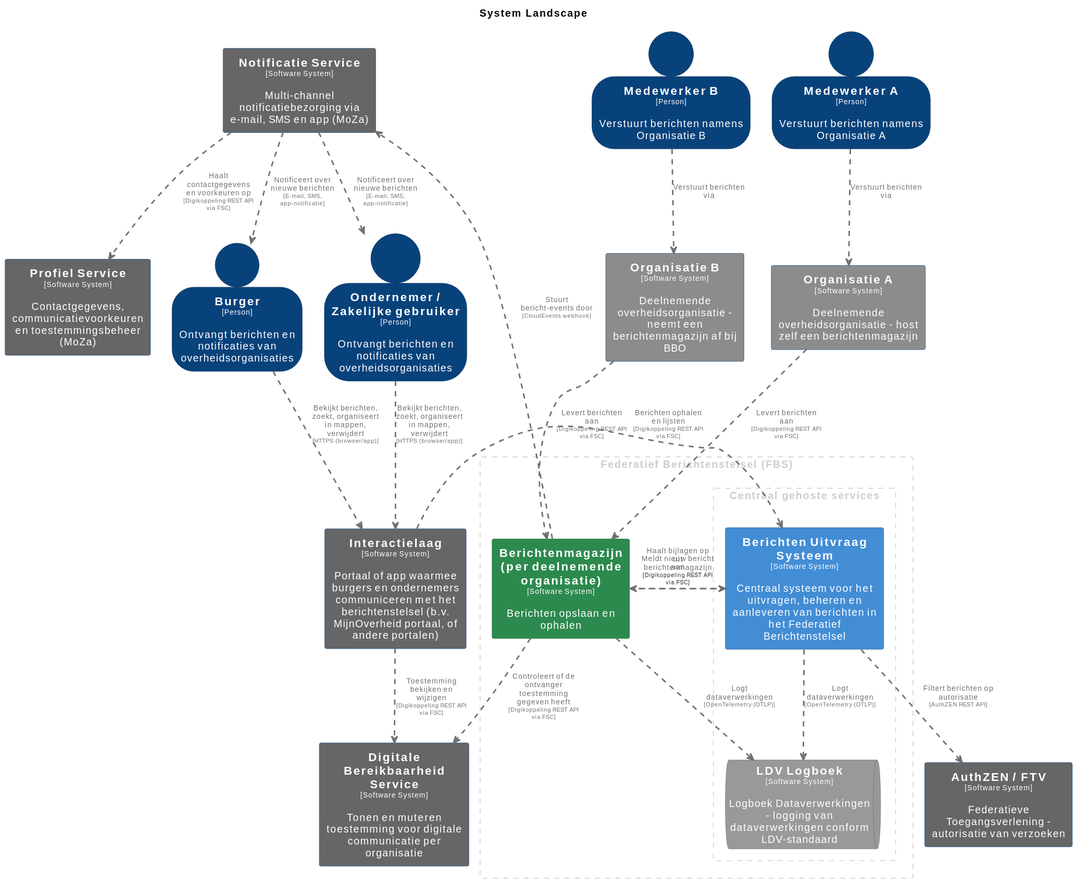
Earlier version of the PlantUML export master/svg/SystemLandscape.svg (MinBZK/moza-poc-fbs-berichtenbox). Its source is kept beside it as master/puml/SystemLandscape.puml.
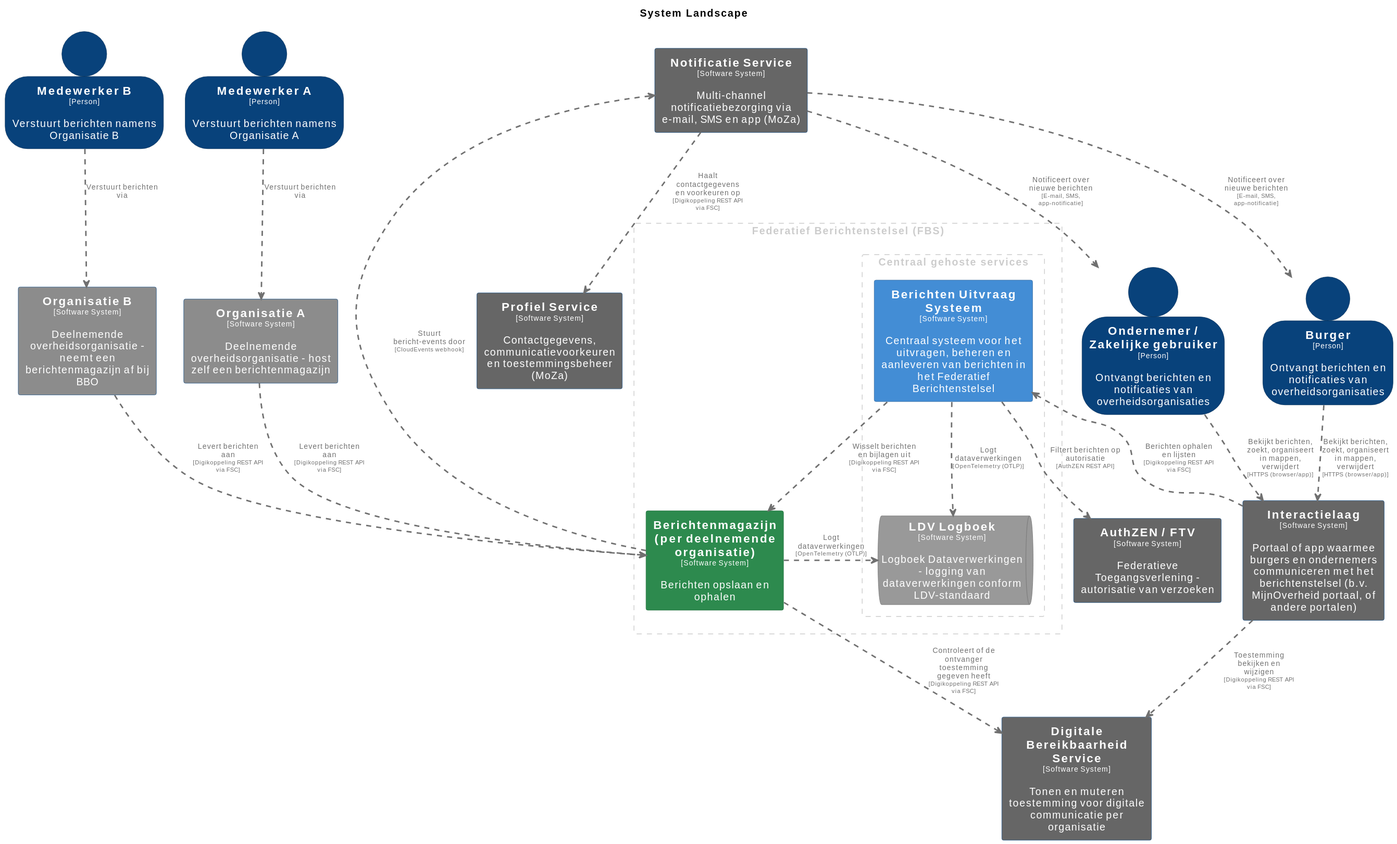
Above is the later version.

The edit, as a diff of the source:
```diff
@@ -130,6 +130,7 @@
 rectangle "==Interactielaag\n<size:10>[Software System]</size>\n\nPortaal of app waarmee burgers en ondernemers communiceren met het berichtenstelsel (b.v. MijnOverheid portaal, of andere portalen)" <<Interactielaag>> as Interactielaag
 
 BerichtenUitvraagSysteem .[#707070,thickness=2].> LDVLogboek : "<color:#707070>Logt dataverwerkingen\n<color:#707070><size:8>[OpenTelemetry (OTLP)]</size>"
+BerichtenUitvraagSysteem .[#707070,thickness=2].> Berichtenmagazijnperdeelnemendeorganisatie : "<color:#707070>Wisselt berichten en bijlagen uit\n<color:#707070><size:8>[Digikoppeling REST API via FSC]</size>"
 MedewerkerA .[#707070,thickness=2].> OrganisatieA : "<color:#707070>Verstuurt berichten via"
 MedewerkerB .[#707070,thickness=2].> OrganisatieB : "<color:#707070>Verstuurt berichten via"
 Burger .[#707070,thickness=2].> Interactielaag : "<color:#707070>Bekijkt berichten, zoekt, organiseert in mappen, verwijdert\n<color:#707070><size:8>[HTTPS (browser/app)]</size>"
@@ -138,8 +139,6 @@
 NotificatieService .[#707070,thickness=2].> OndernemerZakelijkegebruiker : "<color:#707070>Notificeert over nieuwe berichten\n<color:#707070><size:8>[E-mail, SMS, app-notificatie]</size>"
 Interactielaag .[#707070,thickness=2].> BerichtenUitvraagSysteem : "<color:#707070>Berichten ophalen en lijsten\n<color:#707070><size:8>[Digikoppeling REST API via FSC]</size>"
 Interactielaag .[#707070,thickness=2].> DigitaleBereikbaarheidService : "<color:#707070>Toestemming bekijken en wijzigen\n<color:#707070><size:8>[Digikoppeling REST API via FSC]</size>"
-BerichtenUitvraagSysteem .[#707070,thickness=2].> Berichtenmagazijnperdeelnemendeorganisatie : "<color:#707070>Haalt bijlagen op uit berichtenmagazijn\n<color:#707070><size:8>[Digikoppeling REST API via FSC]</size>"
-Berichtenmagazijnperdeelnemendeorganisatie .[#707070,thickness=2].> BerichtenUitvraagSysteem : "<color:#707070>Meldt nieuw bericht aan\n<color:#707070><size:8>[Digikoppeling REST API via FSC]</size>"
 Berichtenmagazijnperdeelnemendeorganisatie .[#707070,thickness=2].> NotificatieService : "<color:#707070>Stuurt bericht-events door\n<color:#707070><size:8>[CloudEvents webhook]</size>"
 NotificatieService .[#707070,thickness=2].> ProfielService : "<color:#707070>Haalt contactgegevens en voorkeuren op\n<color:#707070><size:8>[Digikoppeling REST API via FSC]</size>"
 OrganisatieA .[#707070,thickness=2].> Berichtenmagazijnperdeelnemendeorganisatie : "<color:#707070>Levert berichten aan\n<color:#707070><size:8>[Digikoppeling REST API via FSC]</size>"
```
